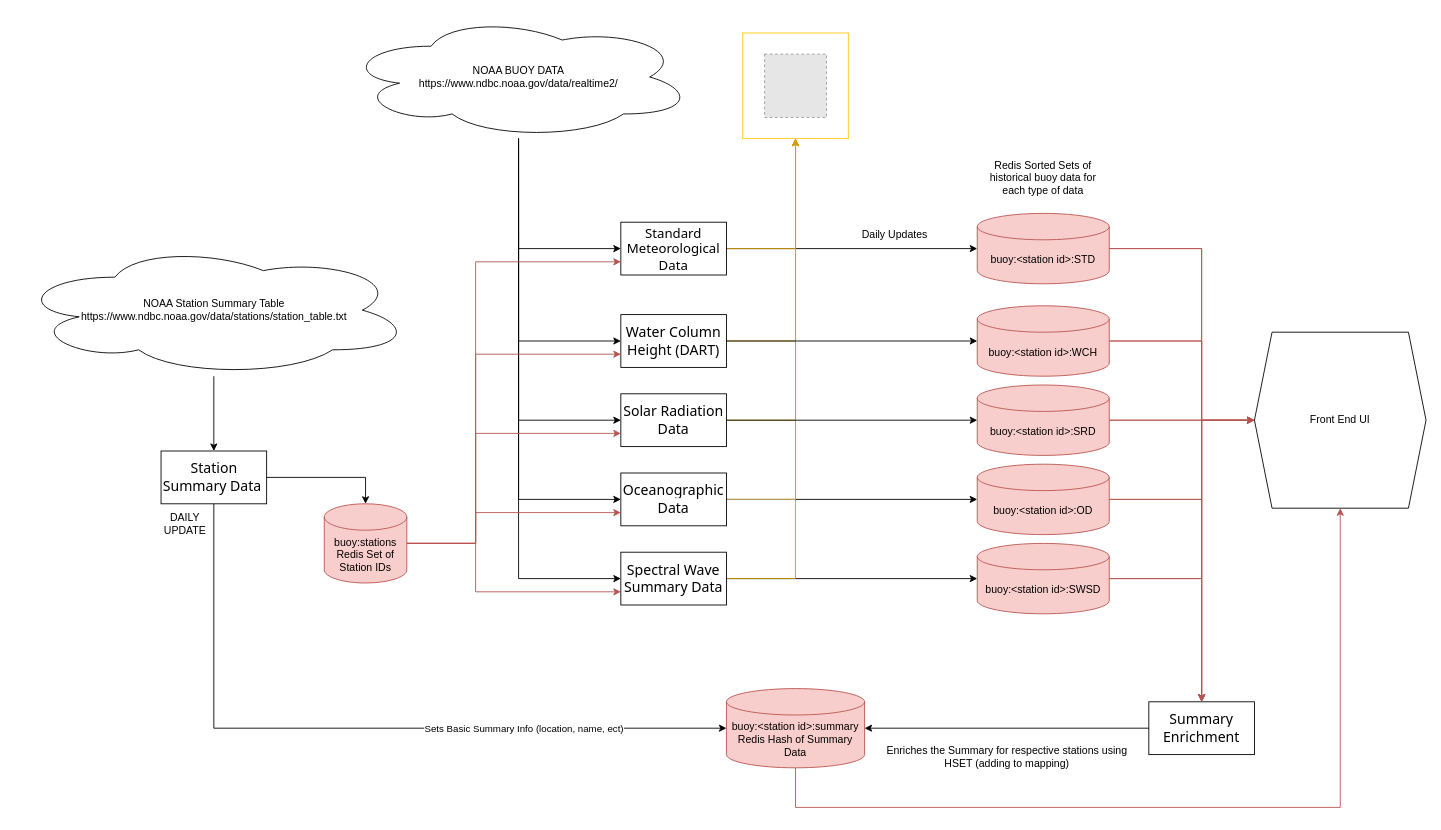
DevinMB/world-of-buoys-backend-producers keeps this draw.io diagram as buoy-thoughts.drawio. Above is the earlier version. Source tidied: cells renumbered, new cells numbered last; positions are measured from the earlier drawing's top-left corner, leaving out a move shared by most shapes. Both pictures are drawn from the tidied source at 88%, with x=0, y=0 at pixel (16, 15). Pictures stored in the file or linked from it are replaced by grey dashed boxes.
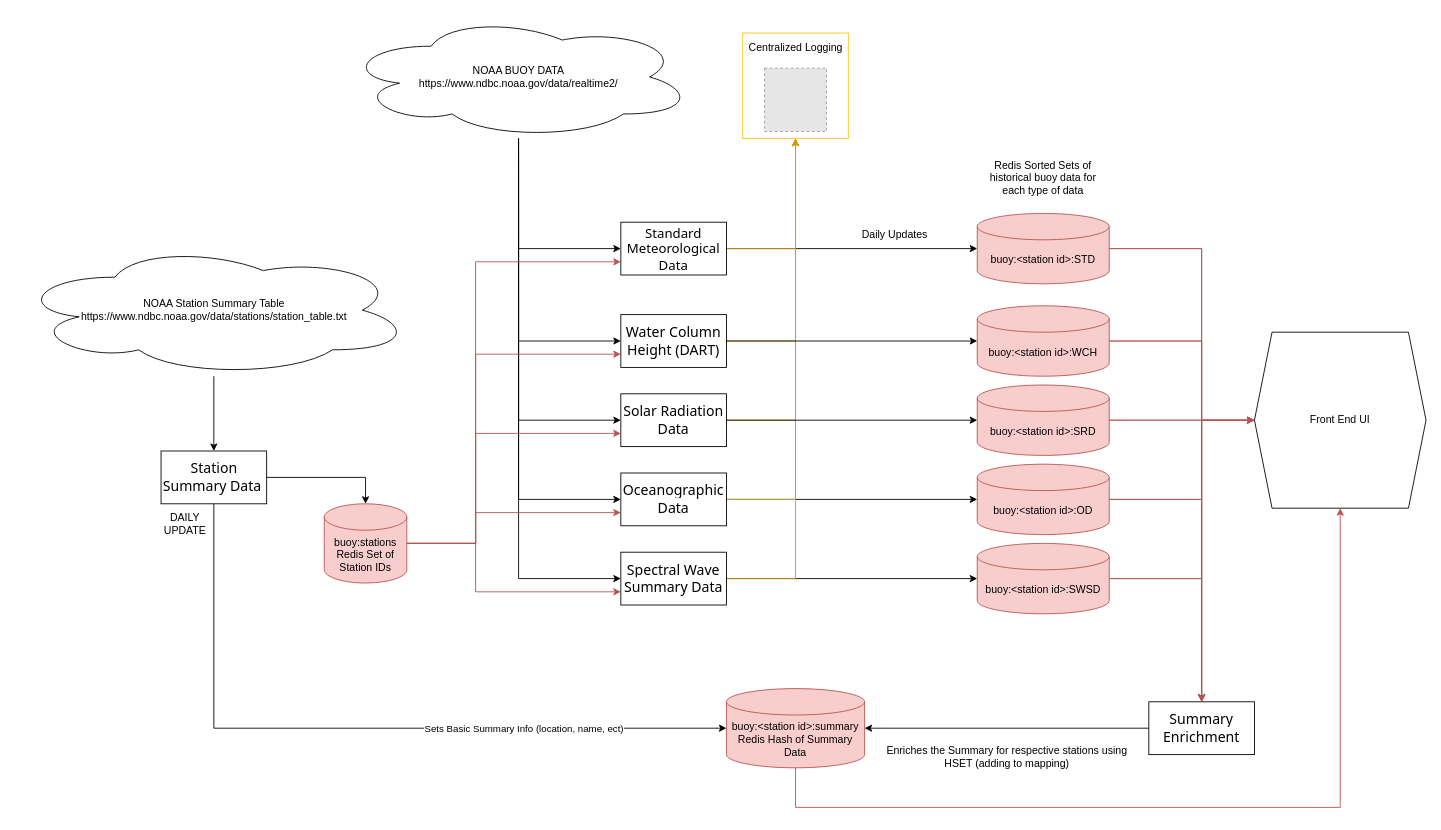
The same diagram, later.

Commit message (it also covers changes not shown here):
update arch diagram to include centralized logging

The edit, as a diff of the source:
```diff
@@
-    <mxCell id="59" style="whiteSpace=wrap;html=1;strokeColor=#FFC70F;" parent="1" vertex="1">
+    <mxCell id="59" value="&lt;div&gt;Centralized Logging&lt;/div&gt;&lt;div&gt;&lt;br&gt;&lt;/div&gt;&lt;div&gt;&lt;br&gt;&lt;/div&gt;&lt;div&gt;&lt;br&gt;&lt;/div&gt;&lt;div&gt;&lt;br&gt;&lt;/div&gt;&lt;div&gt;&lt;br&gt;&lt;/div&gt;&lt;div&gt;&lt;br&gt;&lt;/div&gt;" style="whiteSpace=wrap;html=1;strokeColor=#FFC70F;" parent="1" vertex="1">
       <mxGeometry x="825.5" y="20" width="120" height="120" as="geometry" />
     </mxCell>
     <mxCell id="60" style="fillColor=#E6E6E6;strokeColor=#999999;dashed=1;verticalLabelPosition=bottom;labelBackgroundColor=default;verticalAlign=top;" parent="1" vertex="1">
-      <mxGeometry x="850.3" y="44" width="70.4" height="72" as="geometry" />
+      <mxGeometry x="850.3" y="60" width="70.4" height="72" as="geometry" />
     </mxCell>
```
